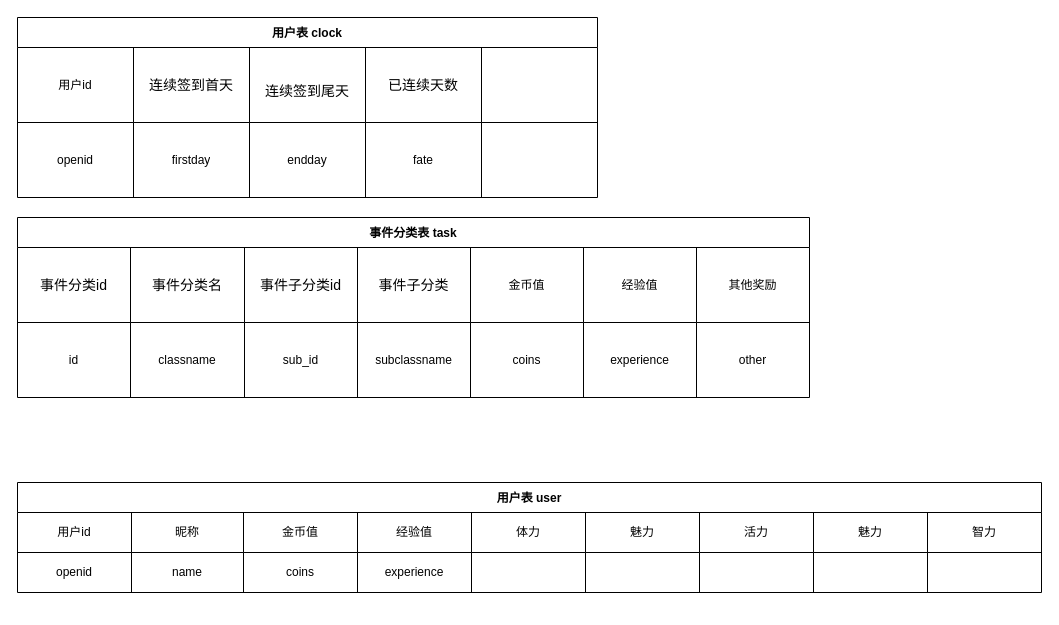
This is page "第 2 页" (2 of 2) of 组织结构图.drawio from dTIris/code_library, a draw.io file, before an edit. Source tidied: cells renumbered, new cells numbered last; positions are measured from the earlier drawing's top-left corner, leaving out a move shared by most shapes. Both pictures are drawn from the tidied source at 100%, with x=0, y=0 at pixel (17, 17).
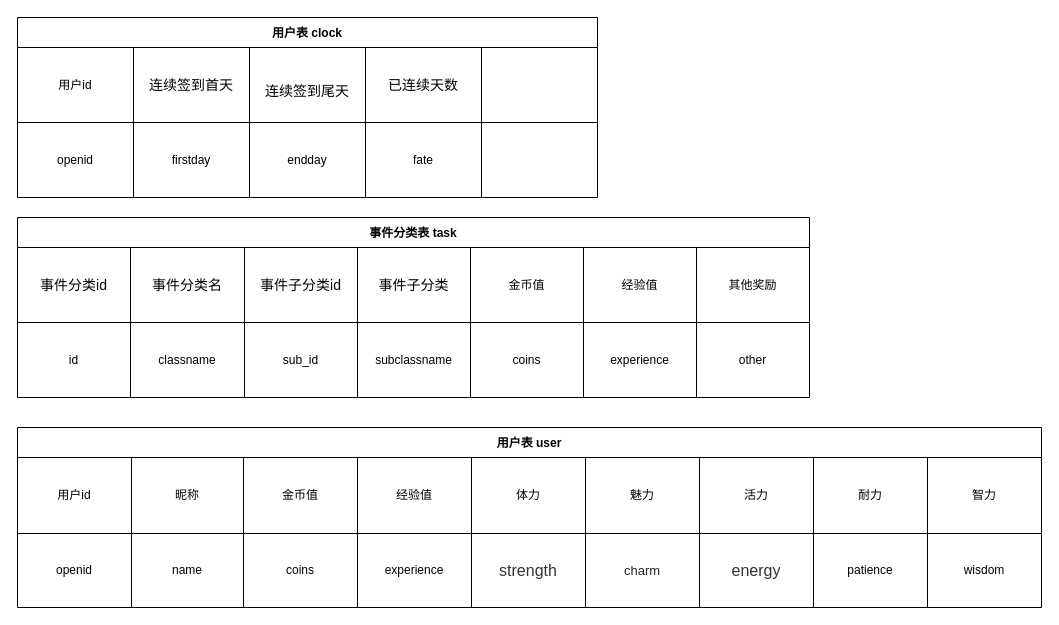
Above is the later version.

Commit message (it also covers changes not shown here):
更新组织结构图.drawio

Change to the diagram source:
```diff
@@
     <mxCell id="32" value="用户表 user" style="shape=table;startSize=30;childLayout=tableLayout;fontStyle=1;align=center;" parent="1" vertex="1">
-      <mxGeometry y="465" width="1024" height="110" as="geometry" />
+      <mxGeometry y="410" width="1024" height="180" as="geometry" />
     </mxCell>
     <mxCell id="33" style="shape=partialRectangle;html=1;whiteSpace=wrap;fillColor=none;top=0;left=0;bottom=0;right=0;" parent="32" vertex="1">
-      <mxGeometry y="30" width="1024" height="40" as="geometry" />
+      <mxGeometry y="30" width="1024" height="76" as="geometry" />
     </mxCell>
     <mxCell id="34" value="用户id" style="shape=partialRectangle;html=1;whiteSpace=wrap;fillColor=none;top=0;left=0;bottom=0;right=0;overflow=hidden;" parent="33" vertex="1">
-      <mxGeometry width="114" height="40" as="geometry" />
+      <mxGeometry width="114" height="76" as="geometry" />
     </mxCell>
     <mxCell id="35" value="昵称" style="shape=partialRectangle;html=1;whiteSpace=wrap;fillColor=none;top=0;left=0;bottom=0;right=0;overflow=hidden;" parent="33" vertex="1">
-      <mxGeometry x="114" width="112" height="40" as="geometry" />
+      <mxGeometry x="114" width="112" height="76" as="geometry" />
     </mxCell>
     <mxCell id="36" value="金币值" style="shape=partialRectangle;html=1;whiteSpace=wrap;fillColor=none;top=0;left=0;bottom=0;right=0;overflow=hidden;" parent="33" vertex="1">
-      <mxGeometry x="226" width="114" height="40" as="geometry" />
+      <mxGeometry x="226" width="114" height="76" as="geometry" />
     </mxCell>
     <mxCell id="37" value="经验值" style="shape=partialRectangle;html=1;whiteSpace=wrap;fillColor=none;top=0;left=0;bottom=0;right=0;overflow=hidden;" parent="33" vertex="1">
-      <mxGeometry x="340" width="114" height="40" as="geometry" />
+      <mxGeometry x="340" width="114" height="76" as="geometry" />
     </mxCell>
     <mxCell id="38" value="体力" style="shape=partialRectangle;html=1;whiteSpace=wrap;fillColor=none;top=0;left=0;bottom=0;right=0;overflow=hidden;" parent="33" vertex="1">
-      <mxGeometry x="454" width="114" height="40" as="geometry" />
+      <mxGeometry x="454" width="114" height="76" as="geometry" />
     </mxCell>
     <mxCell id="39" value="魅力" style="shape=partialRectangle;html=1;whiteSpace=wrap;fillColor=none;top=0;left=0;bottom=0;right=0;overflow=hidden;" parent="33" vertex="1">
-      <mxGeometry x="568" width="114" height="40" as="geometry" />
+      <mxGeometry x="568" width="114" height="76" as="geometry" />
     </mxCell>
     <mxCell id="40" value="活力" style="shape=partialRectangle;html=1;whiteSpace=wrap;fillColor=none;top=0;left=0;bottom=0;right=0;overflow=hidden;" parent="33" vertex="1">
-      <mxGeometry x="682" width="114" height="40" as="geometry" />
+      <mxGeometry x="682" width="114" height="76" as="geometry" />
     </mxCell>
-    <mxCell id="41" value="魅力" style="shape=partialRectangle;html=1;whiteSpace=wrap;fillColor=none;top=0;left=0;bottom=0;right=0;overflow=hidden;" parent="33" vertex="1">
-      <mxGeometry x="796" width="114" height="40" as="geometry" />
+    <mxCell id="41" value="耐力" style="shape=partialRectangle;html=1;whiteSpace=wrap;fillColor=none;top=0;left=0;bottom=0;right=0;overflow=hidden;" parent="33" vertex="1">
+      <mxGeometry x="796" width="114" height="76" as="geometry" />
     </mxCell>
     <mxCell id="42" value="智力" style="shape=partialRectangle;html=1;whiteSpace=wrap;fillColor=none;top=0;left=0;bottom=0;right=0;overflow=hidden;" parent="33" vertex="1">
-      <mxGeometry x="910" width="114" height="40" as="geometry" />
+      <mxGeometry x="910" width="114" height="76" as="geometry" />
     </mxCell>
     <mxCell id="43" style="shape=partialRectangle;html=1;whiteSpace=wrap;fillColor=none;top=0;left=0;bottom=0;right=0;" parent="32" vertex="1">
-      <mxGeometry y="70" width="1024" height="40" as="geometry" />
+      <mxGeometry y="106" width="1024" height="74" as="geometry" />
     </mxCell>
     <mxCell id="44" value="openid" style="shape=partialRectangle;html=1;whiteSpace=wrap;fillColor=none;top=0;left=0;bottom=0;right=0;overflow=hidden;" parent="43" vertex="1">
-      <mxGeometry width="114" height="40" as="geometry" />
+      <mxGeometry width="114" height="74" as="geometry" />
     </mxCell>
     <mxCell id="45" value="name" style="shape=partialRectangle;html=1;whiteSpace=wrap;fillColor=none;top=0;left=0;bottom=0;right=0;overflow=hidden;" parent="43" vertex="1">
-      <mxGeometry x="114" width="112" height="40" as="geometry" />
+      <mxGeometry x="114" width="112" height="74" as="geometry" />
     </mxCell>
     <mxCell id="46" value="coins" style="shape=partialRectangle;html=1;whiteSpace=wrap;fillColor=none;top=0;left=0;bottom=0;right=0;overflow=hidden;" parent="43" vertex="1">
-      <mxGeometry x="226" width="114" height="40" as="geometry" />
+      <mxGeometry x="226" width="114" height="74" as="geometry" />
     </mxCell>
     <mxCell id="47" value="experience" style="shape=partialRectangle;html=1;whiteSpace=wrap;fillColor=none;top=0;left=0;bottom=0;right=0;overflow=hidden;" parent="43" vertex="1">
-      <mxGeometry x="340" width="114" height="40" as="geometry" />
+      <mxGeometry x="340" width="114" height="74" as="geometry" />
     </mxCell>
-    <mxCell id="48" style="shape=partialRectangle;html=1;whiteSpace=wrap;fillColor=none;top=0;left=0;bottom=0;right=0;overflow=hidden;" parent="43" vertex="1">
-      <mxGeometry x="454" width="114" height="40" as="geometry" />
+    <mxCell id="48" value="&lt;span style=&quot;color: rgb(51 , 51 , 51) ; font-family: &amp;#34;pingfang sc&amp;#34; , &amp;#34;lantinghei sc&amp;#34; , &amp;#34;microsoft yahei&amp;#34; , &amp;#34;arial&amp;#34; , , sans-serif , &amp;#34;tahoma&amp;#34; ; font-size: 16px ; background-color: rgb(255 , 255 , 255)&quot;&gt;strength&lt;/span&gt;" style="shape=partialRectangle;html=1;whiteSpace=wrap;fillColor=none;top=0;left=0;bottom=0;right=0;overflow=hidden;" parent="43" vertex="1">
+      <mxGeometry x="454" width="114" height="74" as="geometry" />
     </mxCell>
-    <mxCell id="49" style="shape=partialRectangle;html=1;whiteSpace=wrap;fillColor=none;top=0;left=0;bottom=0;right=0;overflow=hidden;" parent="43" vertex="1">
-      <mxGeometry x="568" width="114" height="40" as="geometry" />
+    <mxCell id="49" value="&lt;span style=&quot;color: rgb(34 , 34 , 34) ; font-family: &amp;#34;arial&amp;#34; , sans-serif ; font-size: 13px ; background-color: rgb(255 , 255 , 255)&quot;&gt;charm&lt;/span&gt;" style="shape=partialRectangle;html=1;whiteSpace=wrap;fillColor=none;top=0;left=0;bottom=0;right=0;overflow=hidden;" parent="43" vertex="1">
+      <mxGeometry x="568" width="114" height="74" as="geometry" />
     </mxCell>
-    <mxCell id="50" style="shape=partialRectangle;html=1;whiteSpace=wrap;fillColor=none;top=0;left=0;bottom=0;right=0;overflow=hidden;" parent="43" vertex="1">
-      <mxGeometry x="682" width="114" height="40" as="geometry" />
+    <mxCell id="50" value="&lt;span style=&quot;color: rgb(51 , 51 , 51) ; font-family: &amp;#34;pingfang sc&amp;#34; , &amp;#34;lantinghei sc&amp;#34; , &amp;#34;microsoft yahei&amp;#34; , &amp;#34;arial&amp;#34; , , sans-serif , &amp;#34;tahoma&amp;#34; ; font-size: 16px ; background-color: rgb(255 , 255 , 255)&quot;&gt;energy&lt;/span&gt;" style="shape=partialRectangle;html=1;whiteSpace=wrap;fillColor=none;top=0;left=0;bottom=0;right=0;overflow=hidden;" parent="43" vertex="1">
+      <mxGeometry x="682" width="114" height="74" as="geometry" />
     </mxCell>
-    <mxCell id="51" style="shape=partialRectangle;html=1;whiteSpace=wrap;fillColor=none;top=0;left=0;bottom=0;right=0;overflow=hidden;" parent="43" vertex="1">
-      <mxGeometry x="796" width="114" height="40" as="geometry" />
+    <mxCell id="51" value="patience" style="shape=partialRectangle;html=1;whiteSpace=wrap;fillColor=none;top=0;left=0;bottom=0;right=0;overflow=hidden;" parent="43" vertex="1">
+      <mxGeometry x="796" width="114" height="74" as="geometry" />
     </mxCell>
-    <mxCell id="52" style="shape=partialRectangle;html=1;whiteSpace=wrap;fillColor=none;top=0;left=0;bottom=0;right=0;overflow=hidden;" parent="43" vertex="1">
-      <mxGeometry x="910" width="114" height="40" as="geometry" />
+    <mxCell id="52" value="wisdom" style="shape=partialRectangle;html=1;whiteSpace=wrap;fillColor=none;top=0;left=0;bottom=0;right=0;overflow=hidden;" parent="43" vertex="1">
+      <mxGeometry x="910" width="114" height="74" as="geometry" />
     </mxCell>
```
